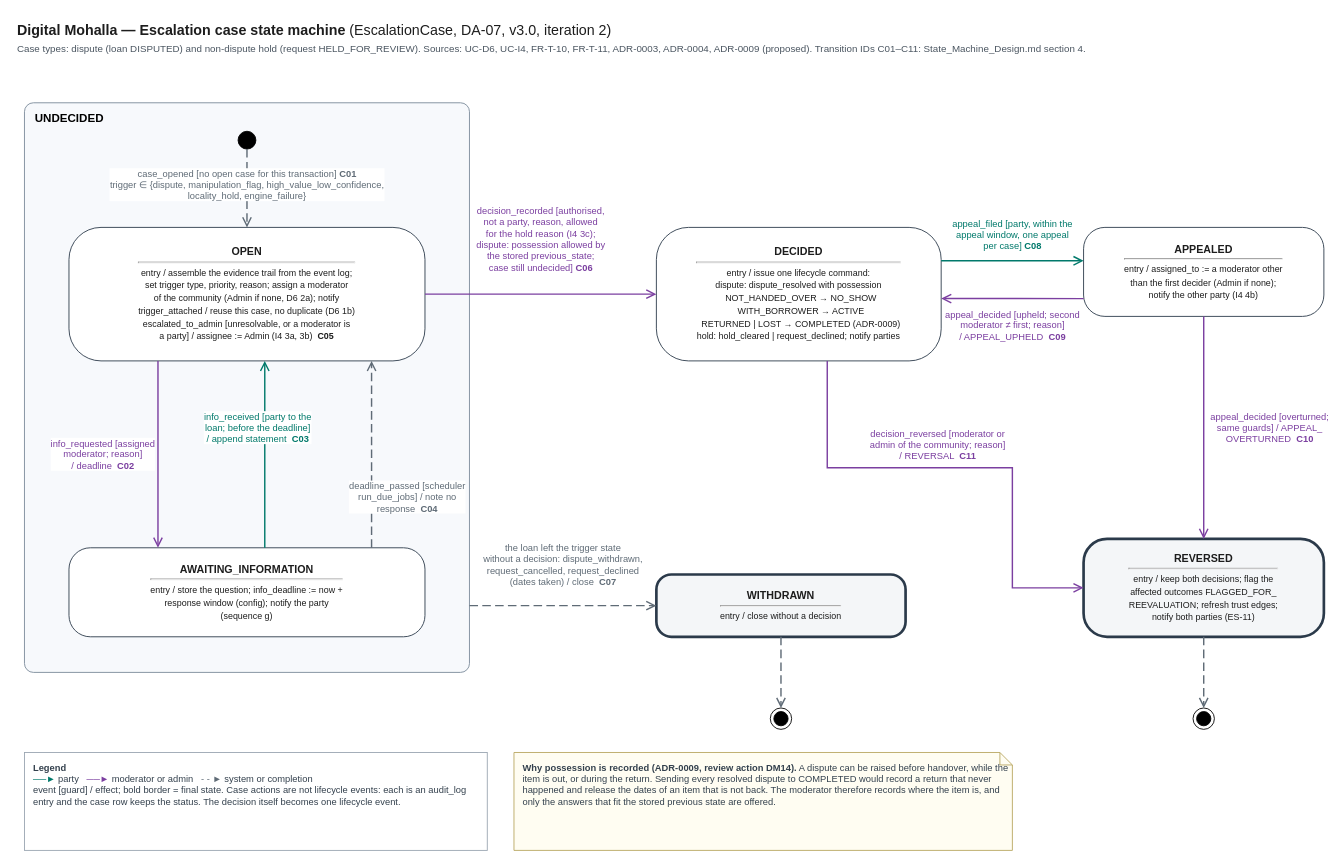
This is docs/design/07_state_machines/escalation_case_state_machine.drawio from Areeba444/DigitalMohalla, a draw.io file, before an edit. Source tidied: cells renumbered, new cells numbered last; positions are measured from the earlier drawing's top-left corner, leaving out a move shared by most shapes. Both pictures are drawn from the tidied source at 89%, with x=0, y=0 at pixel (15, 15).
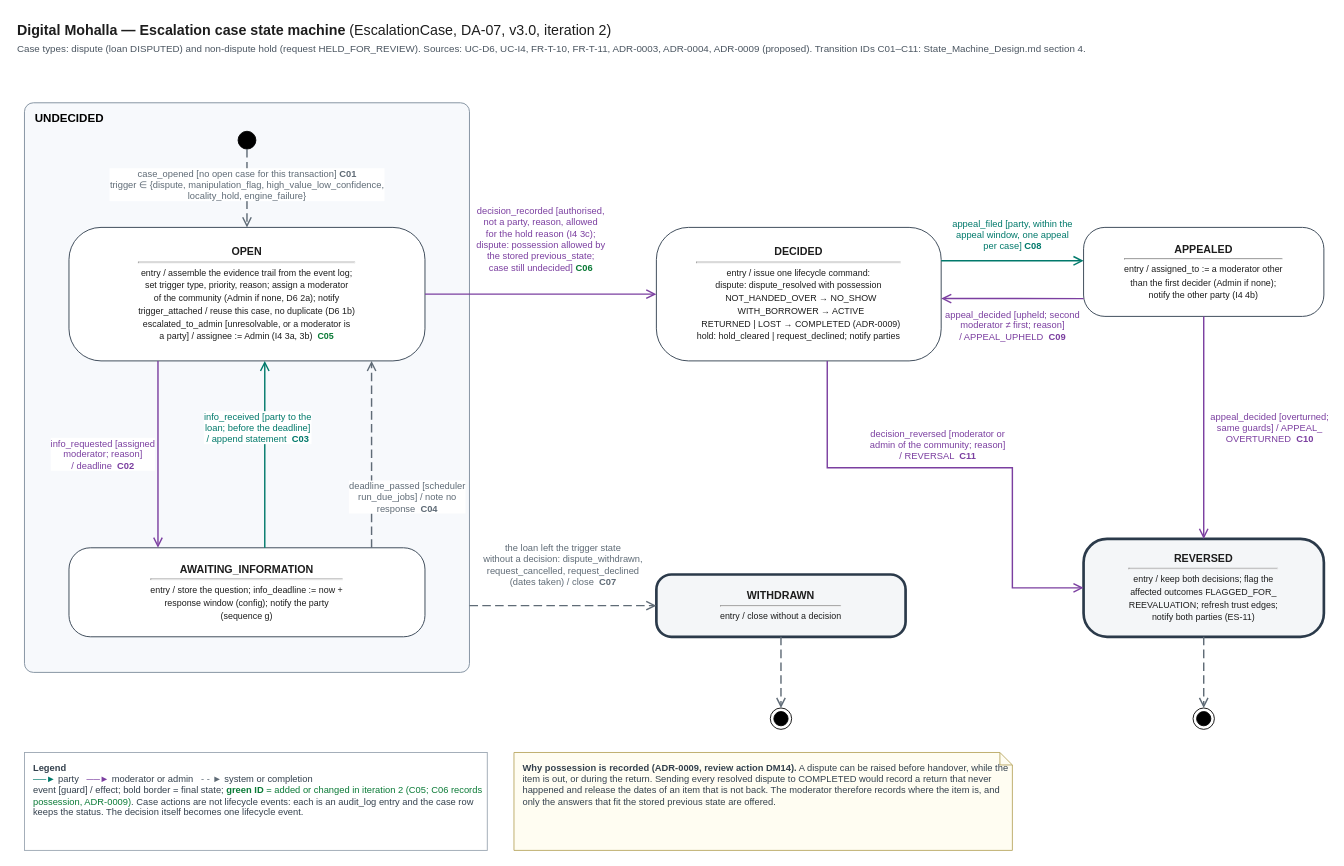
Above is the later version.

Commit message (it also covers changes not shown here):
design(state-machines): lifecycle v3 in place; open-join approval in the membership machine (DA-06, DA-07, DA-08)

Unchanged cells that the change refers to:
```xml
<mxCell id="4" value="UNDECIDED" style="rounded=1;arcSize=2;whiteSpace=wrap;html=1;verticalAlign=top;align=left;spacingLeft=10;spacingTop=3;fontStyle=1;fontSize=13;fillColor=#F7F9FC;strokeColor=#7A8A9A;" parent="1" vertex="1">
  <mxGeometry x="10" y="98" width="500" height="640" as="geometry" />
</mxCell>
<mxCell id="8" value="&lt;b&gt;DECIDED&lt;/b&gt;&lt;hr style='margin:3px 0'&gt;&lt;span style='font-size:10px'&gt;entry / issue one lifecycle command:&lt;br&gt;dispute: dispute_resolved with possession&lt;br&gt;&amp;nbsp;&amp;nbsp;NOT_HANDED_OVER &amp;#8594; NO_SHOW&lt;br&gt;&amp;nbsp;&amp;nbsp;WITH_BORROWER &amp;#8594; ACTIVE&lt;br&gt;&amp;nbsp;&amp;nbsp;RETURNED | LOST &amp;#8594; COMPLETED (ADR-0009)&lt;br&gt;hold: hold_cleared | request_declined; notify parties&lt;/span&gt;" style="rounded=1;arcSize=24;whiteSpace=wrap;html=1;fillColor=#FFFFFF;strokeColor=#2B3A4A;fontSize=12;fontColor=#1D1D1D;verticalAlign=middle;" parent="1" vertex="1">
  <mxGeometry x="720" y="238" width="320" height="150" as="geometry" />
</mxCell>
```

Change to the diagram source:
```diff
@@
-    <mxCell id="6" value="&lt;b&gt;OPEN&lt;/b&gt;&lt;hr style='margin:3px 0'&gt;&lt;span style='font-size:10px'&gt;entry / assemble the evidence trail from the event log;&lt;br&gt;set trigger type, priority, reason; assign a moderator&lt;br&gt;of the community (Admin if none, D6 2a); notify&lt;br&gt;trigger_attached / reuse this case, no duplicate (D6 1b)&lt;br&gt;escalated_to_admin [unresolvable, or a moderator is&lt;br&gt;a party] / assignee := Admin (I4 3a, 3b) &amp;nbsp;&lt;b&gt;C05&lt;/b&gt;&lt;/span&gt;" style="rounded=1;arcSize=24;whiteSpace=wrap;html=1;fillColor=#FFFFFF;strokeColor=#2B3A4A;fontSize=12;fontColor=#1D1D1D;verticalAlign=middle;" parent="4" vertex="1">
+    <mxCell id="6" value="&lt;b&gt;OPEN&lt;/b&gt;&lt;hr style='margin:3px 0'&gt;&lt;span style='font-size:10px'&gt;entry / assemble the evidence trail from the event log;&lt;br&gt;set trigger type, priority, reason; assign a moderator&lt;br&gt;of the community (Admin if none, D6 2a); notify&lt;br&gt;trigger_attached / reuse this case, no duplicate (D6 1b)&lt;br&gt;escalated_to_admin [unresolvable, or a moderator is&lt;br&gt;a party] / assignee := Admin (I4 3a, 3b) &amp;nbsp;&lt;b&gt;&lt;font color='#0A7A36'&gt;C05&lt;/font&gt;&lt;/b&gt;&lt;/span&gt;" style="rounded=1;arcSize=24;whiteSpace=wrap;html=1;fillColor=#FFFFFF;strokeColor=#2B3A4A;fontSize=12;fontColor=#1D1D1D;verticalAlign=middle;" parent="4" vertex="1">
       <mxGeometry x="50" y="140" width="400" height="150" as="geometry" />
     </mxCell>
@@
-    <mxCell id="18" value="decision_recorded [authorised,&lt;br&gt;not a party, reason, allowed&lt;br&gt;for the hold reason (I4 3c);&lt;br&gt;dispute: possession allowed by&lt;br&gt;the stored previous_state;&lt;br&gt;case still undecided] &lt;b&gt;C06&lt;/b&gt;" style="html=1;rounded=0;fontSize=10.5;labelBackgroundColor=#FFFFFF;fontColor=#1d1d1d;endSize=8;strokeColor=#7B3FA0;fontColor=#7B3FA0;endArrow=open;endFill=0;strokeWidth=1.6;exitX=1;exitY=0.5;exitDx=0;exitDy=0;exitPerimeter=0;entryX=0;entryY=0.5;entryDx=0;entryDy=0;entryPerimeter=0;" parent="1" edge="1" source="6" target="8">
+    <mxCell id="18" value="decision_recorded [authorised,&lt;br&gt;not a party, reason, allowed&lt;br&gt;for the hold reason (I4 3c);&lt;br&gt;dispute: possession allowed by&lt;br&gt;the stored previous_state;&lt;br&gt;case still undecided] &lt;b&gt;&lt;font color='#0A7A36'&gt;C06&lt;/font&gt;&lt;/b&gt;" style="html=1;rounded=0;fontSize=10.5;labelBackgroundColor=#FFFFFF;fontColor=#1d1d1d;endSize=8;strokeColor=#7B3FA0;fontColor=#7B3FA0;endArrow=open;endFill=0;strokeWidth=1.6;exitX=1;exitY=0.5;exitDx=0;exitDy=0;exitPerimeter=0;entryX=0;entryY=0.5;entryDx=0;entryDy=0;entryPerimeter=0;" parent="1" edge="1" source="6" target="8">
       <mxGeometry relative="1" as="geometry">
         <mxPoint y="-62" as="offset" />
       </mxGeometry>
     </mxCell>
@@
-    <mxCell id="27" value="&lt;b&gt;Legend&lt;/b&gt;&lt;br&gt;&lt;span style='color:#00796B'&gt;&amp;#9472;&amp;#9472;&amp;#9658;&lt;/span&gt; party &amp;nbsp; &lt;span style='color:#7B3FA0'&gt;&amp;#9472;&amp;#9472;&amp;#9658;&lt;/span&gt; moderator or admin &amp;nbsp; &lt;span style='color:#5F6B76'&gt;- - &amp;#9658;&lt;/span&gt; system or completion&lt;br&gt;event [guard] / effect; bold border = final state. Case actions are not lifecycle events: each is an audit_log entry and the case row keeps the status. The decision itself becomes one lifecycle event." style="rounded=0;whiteSpace=wrap;html=1;align=left;verticalAlign=top;spacingLeft=8;spacingTop=4;fillColor=#FFFFFF;strokeColor=#9AA5B1;fontSize=10.5;fontColor=#33404D;" parent="1" vertex="1">
+    <mxCell id="27" value="&lt;b&gt;Legend&lt;/b&gt;&lt;br&gt;&lt;span style='color:#00796B'&gt;&amp;#9472;&amp;#9472;&amp;#9658;&lt;/span&gt; party &amp;nbsp; &lt;span style='color:#7B3FA0'&gt;&amp;#9472;&amp;#9472;&amp;#9658;&lt;/span&gt; moderator or admin &amp;nbsp; &lt;span style='color:#5F6B76'&gt;- - &amp;#9658;&lt;/span&gt; system or completion&lt;br&gt;event [guard] / effect; bold border = final state; &lt;font color='#0A7A36'&gt;&lt;b&gt;green ID&lt;/b&gt; = added or changed in iteration 2 (C05; C06 records possession, ADR-0009)&lt;/font&gt;. Case actions are not lifecycle events: each is an audit_log entry and the case row keeps the status. The decision itself becomes one lifecycle event." style="rounded=0;whiteSpace=wrap;html=1;align=left;verticalAlign=top;spacingLeft=8;spacingTop=4;fillColor=#FFFFFF;strokeColor=#9AA5B1;fontSize=10.5;fontColor=#33404D;" parent="1" vertex="1">
       <mxGeometry x="10" y="828" width="520" height="110" as="geometry" />
     </mxCell>
```
